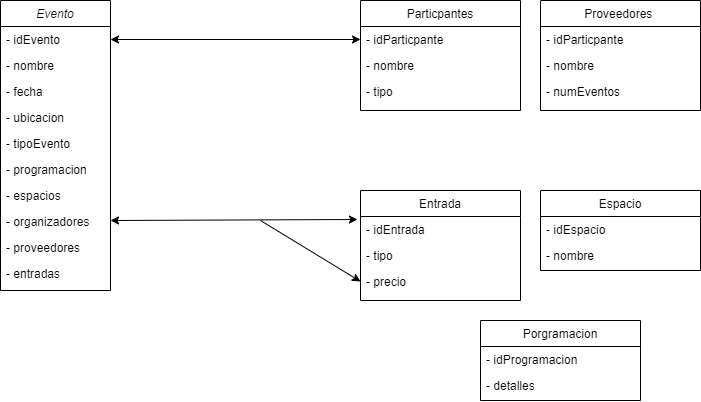
Above: lib/Diagrama sin título.drawio.png in Xrivera27/Fronted (draw.io), before the change. Source tidied: cells renumbered, new cells last; positions are measured from the earlier drawing's top-left corner, leaving out a move shared by most shapes.
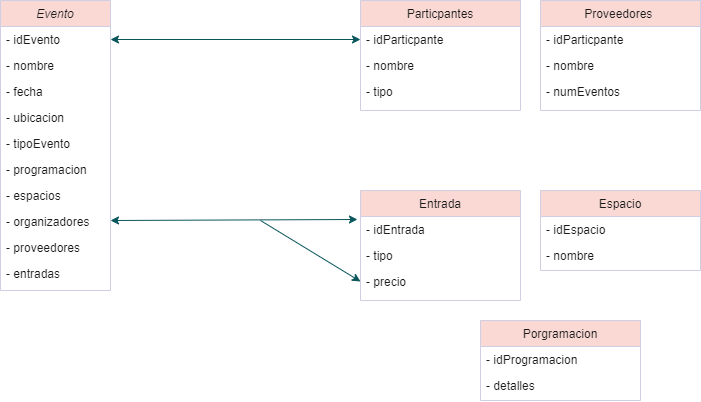
After the change.

Diff of the diagram source:
```diff
@@ -2,102 +2,102 @@
   <root>
     <mxCell id="0" />
     <mxCell id="1" parent="0" />
-    <mxCell id="2" value="Evento" style="swimlane;fontStyle=2;align=center;verticalAlign=top;horizontal=1;startSize=26;rounded=0;shadow=0;strokeWidth=1;labelBackgroundColor=none;" parent="1" vertex="1">
+    <mxCell id="2" value="Evento" style="swimlane;fontStyle=2;align=center;verticalAlign=top;horizontal=1;startSize=26;rounded=0;shadow=0;strokeWidth=1;labelBackgroundColor=none;fillColor=#FAD9D5;strokeColor=#D0CEE2;fontColor=#1A1A1A;" parent="1" vertex="1">
       <mxGeometry width="110" height="290" as="geometry" />
     </mxCell>
-    <mxCell id="3" value="- idEvento" style="text;align=left;verticalAlign=top;spacingLeft=4;spacingRight=4;overflow=hidden;points=[[0,0.5],[1,0.5]];portConstraint=eastwest;labelBackgroundColor=none;" parent="2" vertex="1">
+    <mxCell id="3" value="- idEvento" style="text;align=left;verticalAlign=top;spacingLeft=4;spacingRight=4;overflow=hidden;points=[[0,0.5],[1,0.5]];portConstraint=eastwest;labelBackgroundColor=none;fontColor=#1A1A1A;" parent="2" vertex="1">
       <mxGeometry y="26" width="110" height="26" as="geometry" />
     </mxCell>
-    <mxCell id="4" value="- nombre&#10;" style="text;align=left;verticalAlign=top;spacingLeft=4;spacingRight=4;overflow=hidden;rounded=0;shadow=0;html=0;labelBackgroundColor=none;" parent="2" vertex="1">
+    <mxCell id="4" value="- nombre&#10;" style="text;align=left;verticalAlign=top;spacingLeft=4;spacingRight=4;overflow=hidden;rounded=0;shadow=0;html=0;labelBackgroundColor=none;fontColor=#1A1A1A;" parent="2" vertex="1">
       <mxGeometry y="52" width="110" height="26" as="geometry" />
     </mxCell>
-    <mxCell id="5" value="- fecha" style="text;align=left;verticalAlign=top;spacingLeft=4;spacingRight=4;overflow=hidden;rounded=0;shadow=0;html=0;labelBackgroundColor=none;" parent="2" vertex="1">
+    <mxCell id="5" value="- fecha" style="text;align=left;verticalAlign=top;spacingLeft=4;spacingRight=4;overflow=hidden;rounded=0;shadow=0;html=0;labelBackgroundColor=none;fontColor=#1A1A1A;" parent="2" vertex="1">
       <mxGeometry y="78" width="110" height="26" as="geometry" />
     </mxCell>
-    <mxCell id="6" value="- ubicacion" style="text;align=left;verticalAlign=top;spacingLeft=4;spacingRight=4;overflow=hidden;rounded=0;shadow=0;html=0;labelBackgroundColor=none;" parent="2" vertex="1">
+    <mxCell id="6" value="- ubicacion" style="text;align=left;verticalAlign=top;spacingLeft=4;spacingRight=4;overflow=hidden;rounded=0;shadow=0;html=0;labelBackgroundColor=none;fontColor=#1A1A1A;" parent="2" vertex="1">
       <mxGeometry y="104" width="110" height="26" as="geometry" />
     </mxCell>
-    <mxCell id="7" value="- tipoEvento" style="text;align=left;verticalAlign=top;spacingLeft=4;spacingRight=4;overflow=hidden;rounded=0;shadow=0;html=0;labelBackgroundColor=none;" parent="2" vertex="1">
+    <mxCell id="7" value="- tipoEvento" style="text;align=left;verticalAlign=top;spacingLeft=4;spacingRight=4;overflow=hidden;rounded=0;shadow=0;html=0;labelBackgroundColor=none;fontColor=#1A1A1A;" parent="2" vertex="1">
       <mxGeometry y="130" width="110" height="26" as="geometry" />
     </mxCell>
-    <mxCell id="8" value="- programacion" style="text;align=left;verticalAlign=top;spacingLeft=4;spacingRight=4;overflow=hidden;rounded=0;shadow=0;html=0;labelBackgroundColor=none;" parent="2" vertex="1">
+    <mxCell id="8" value="- programacion" style="text;align=left;verticalAlign=top;spacingLeft=4;spacingRight=4;overflow=hidden;rounded=0;shadow=0;html=0;labelBackgroundColor=none;fontColor=#1A1A1A;" parent="2" vertex="1">
       <mxGeometry y="156" width="110" height="26" as="geometry" />
     </mxCell>
-    <mxCell id="9" value="- espacios" style="text;align=left;verticalAlign=top;spacingLeft=4;spacingRight=4;overflow=hidden;rounded=0;shadow=0;html=0;labelBackgroundColor=none;" parent="2" vertex="1">
+    <mxCell id="9" value="- espacios" style="text;align=left;verticalAlign=top;spacingLeft=4;spacingRight=4;overflow=hidden;rounded=0;shadow=0;html=0;labelBackgroundColor=none;fontColor=#1A1A1A;" parent="2" vertex="1">
       <mxGeometry y="182" width="110" height="26" as="geometry" />
     </mxCell>
-    <mxCell id="10" value="- organizadores" style="text;align=left;verticalAlign=top;spacingLeft=4;spacingRight=4;overflow=hidden;rounded=0;shadow=0;html=0;labelBackgroundColor=none;" parent="2" vertex="1">
+    <mxCell id="10" value="- organizadores" style="text;align=left;verticalAlign=top;spacingLeft=4;spacingRight=4;overflow=hidden;rounded=0;shadow=0;html=0;labelBackgroundColor=none;fontColor=#1A1A1A;" parent="2" vertex="1">
       <mxGeometry y="208" width="110" height="26" as="geometry" />
     </mxCell>
-    <mxCell id="11" value="- proveedores" style="text;align=left;verticalAlign=top;spacingLeft=4;spacingRight=4;overflow=hidden;rounded=0;shadow=0;html=0;labelBackgroundColor=none;" parent="2" vertex="1">
+    <mxCell id="11" value="- proveedores" style="text;align=left;verticalAlign=top;spacingLeft=4;spacingRight=4;overflow=hidden;rounded=0;shadow=0;html=0;labelBackgroundColor=none;fontColor=#1A1A1A;" parent="2" vertex="1">
       <mxGeometry y="234" width="110" height="26" as="geometry" />
     </mxCell>
-    <mxCell id="12" value="- entradas" style="text;align=left;verticalAlign=top;spacingLeft=4;spacingRight=4;overflow=hidden;rounded=0;shadow=0;html=0;labelBackgroundColor=none;" parent="2" vertex="1">
+    <mxCell id="12" value="- entradas" style="text;align=left;verticalAlign=top;spacingLeft=4;spacingRight=4;overflow=hidden;rounded=0;shadow=0;html=0;labelBackgroundColor=none;fontColor=#1A1A1A;" parent="2" vertex="1">
       <mxGeometry y="260" width="110" height="26" as="geometry" />
     </mxCell>
-    <mxCell id="13" value="Particpantes" style="swimlane;fontStyle=0;align=center;verticalAlign=top;horizontal=1;startSize=26;rounded=0;shadow=0;strokeWidth=1;labelBackgroundColor=none;" parent="1" vertex="1">
+    <mxCell id="13" value="Particpantes" style="swimlane;fontStyle=0;align=center;verticalAlign=top;horizontal=1;startSize=26;rounded=0;shadow=0;strokeWidth=1;labelBackgroundColor=none;fillColor=#FAD9D5;strokeColor=#D0CEE2;fontColor=#1A1A1A;" parent="1" vertex="1">
       <mxGeometry x="360" width="160" height="110" as="geometry" />
     </mxCell>
-    <mxCell id="14" value="- idParticpante" style="text;align=left;verticalAlign=top;spacingLeft=4;spacingRight=4;overflow=hidden;points=[[0,0.5],[1,0.5]];portConstraint=eastwest;labelBackgroundColor=none;" parent="13" vertex="1">
+    <mxCell id="14" value="- idParticpante" style="text;align=left;verticalAlign=top;spacingLeft=4;spacingRight=4;overflow=hidden;points=[[0,0.5],[1,0.5]];portConstraint=eastwest;labelBackgroundColor=none;fontColor=#1A1A1A;" parent="13" vertex="1">
       <mxGeometry y="26" width="160" height="26" as="geometry" />
     </mxCell>
-    <mxCell id="15" value="- nombre" style="text;align=left;verticalAlign=top;spacingLeft=4;spacingRight=4;overflow=hidden;rounded=0;shadow=0;html=0;labelBackgroundColor=none;" parent="13" vertex="1">
+    <mxCell id="15" value="- nombre" style="text;align=left;verticalAlign=top;spacingLeft=4;spacingRight=4;overflow=hidden;rounded=0;shadow=0;html=0;labelBackgroundColor=none;fontColor=#1A1A1A;" parent="13" vertex="1">
       <mxGeometry y="52" width="160" height="26" as="geometry" />
     </mxCell>
-    <mxCell id="16" value="- tipo" style="text;align=left;verticalAlign=top;spacingLeft=4;spacingRight=4;overflow=hidden;rounded=0;shadow=0;html=0;labelBackgroundColor=none;" parent="13" vertex="1">
+    <mxCell id="16" value="- tipo" style="text;align=left;verticalAlign=top;spacingLeft=4;spacingRight=4;overflow=hidden;rounded=0;shadow=0;html=0;labelBackgroundColor=none;fontColor=#1A1A1A;" parent="13" vertex="1">
       <mxGeometry y="78" width="160" height="26" as="geometry" />
     </mxCell>
-    <mxCell id="17" value="Proveedores " style="swimlane;fontStyle=0;align=center;verticalAlign=top;horizontal=1;startSize=26;rounded=0;shadow=0;strokeWidth=1;labelBackgroundColor=none;" parent="1" vertex="1">
+    <mxCell id="17" value="Proveedores " style="swimlane;fontStyle=0;align=center;verticalAlign=top;horizontal=1;startSize=26;rounded=0;shadow=0;strokeWidth=1;labelBackgroundColor=none;fillColor=#FAD9D5;strokeColor=#D0CEE2;fontColor=#1A1A1A;" parent="1" vertex="1">
       <mxGeometry x="540" width="160" height="110" as="geometry" />
     </mxCell>
-    <mxCell id="18" value="- idParticpante" style="text;align=left;verticalAlign=top;spacingLeft=4;spacingRight=4;overflow=hidden;labelBackgroundColor=none;" parent="17" vertex="1">
+    <mxCell id="18" value="- idParticpante" style="text;align=left;verticalAlign=top;spacingLeft=4;spacingRight=4;overflow=hidden;labelBackgroundColor=none;fontColor=#1A1A1A;" parent="17" vertex="1">
       <mxGeometry y="26" width="160" height="26" as="geometry" />
     </mxCell>
-    <mxCell id="19" value="- nombre" style="text;align=left;verticalAlign=top;spacingLeft=4;spacingRight=4;overflow=hidden;rounded=0;shadow=0;html=0;labelBackgroundColor=none;" parent="17" vertex="1">
+    <mxCell id="19" value="- nombre" style="text;align=left;verticalAlign=top;spacingLeft=4;spacingRight=4;overflow=hidden;rounded=0;shadow=0;html=0;labelBackgroundColor=none;fontColor=#1A1A1A;" parent="17" vertex="1">
       <mxGeometry y="52" width="160" height="26" as="geometry" />
     </mxCell>
-    <mxCell id="20" value="- numEventos" style="text;align=left;verticalAlign=top;spacingLeft=4;spacingRight=4;overflow=hidden;rounded=0;shadow=0;html=0;labelBackgroundColor=none;" parent="17" vertex="1">
+    <mxCell id="20" value="- numEventos" style="text;align=left;verticalAlign=top;spacingLeft=4;spacingRight=4;overflow=hidden;rounded=0;shadow=0;html=0;labelBackgroundColor=none;fontColor=#1A1A1A;" parent="17" vertex="1">
       <mxGeometry y="78" width="160" height="26" as="geometry" />
     </mxCell>
-    <mxCell id="21" value="Entrada" style="swimlane;fontStyle=0;align=center;verticalAlign=top;horizontal=1;startSize=26;rounded=0;shadow=0;strokeWidth=1;labelBackgroundColor=none;" parent="1" vertex="1">
+    <mxCell id="21" value="Entrada" style="swimlane;fontStyle=0;align=center;verticalAlign=top;horizontal=1;startSize=26;rounded=0;shadow=0;strokeWidth=1;labelBackgroundColor=none;fillColor=#FAD9D5;strokeColor=#D0CEE2;fontColor=#1A1A1A;" parent="1" vertex="1">
       <mxGeometry x="360" y="190" width="160" height="110" as="geometry" />
     </mxCell>
-    <mxCell id="22" value="- idEntrada" style="text;align=left;verticalAlign=top;spacingLeft=4;spacingRight=4;overflow=hidden;points=[[0,0.5],[1,0.5]];portConstraint=eastwest;labelBackgroundColor=none;" parent="21" vertex="1">
+    <mxCell id="22" value="- idEntrada" style="text;align=left;verticalAlign=top;spacingLeft=4;spacingRight=4;overflow=hidden;points=[[0,0.5],[1,0.5]];portConstraint=eastwest;labelBackgroundColor=none;fontColor=#1A1A1A;" parent="21" vertex="1">
       <mxGeometry y="26" width="160" height="26" as="geometry" />
     </mxCell>
-    <mxCell id="23" value="- tipo" style="text;align=left;verticalAlign=top;spacingLeft=4;spacingRight=4;overflow=hidden;rounded=0;shadow=0;html=0;labelBackgroundColor=none;" parent="21" vertex="1">
+    <mxCell id="23" value="- tipo" style="text;align=left;verticalAlign=top;spacingLeft=4;spacingRight=4;overflow=hidden;rounded=0;shadow=0;html=0;labelBackgroundColor=none;fontColor=#1A1A1A;" parent="21" vertex="1">
       <mxGeometry y="52" width="160" height="26" as="geometry" />
     </mxCell>
-    <mxCell id="24" value="- precio" style="text;align=left;verticalAlign=top;spacingLeft=4;spacingRight=4;overflow=hidden;points=[[0,0.5],[1,0.5]];portConstraint=eastwest;rounded=0;shadow=0;html=0;labelBackgroundColor=none;" parent="21" vertex="1">
+    <mxCell id="24" value="- precio" style="text;align=left;verticalAlign=top;spacingLeft=4;spacingRight=4;overflow=hidden;points=[[0,0.5],[1,0.5]];portConstraint=eastwest;rounded=0;shadow=0;html=0;labelBackgroundColor=none;fontColor=#1A1A1A;" parent="21" vertex="1">
       <mxGeometry y="78" width="160" height="26" as="geometry" />
     </mxCell>
-    <mxCell id="25" value="Espacio" style="swimlane;fontStyle=0;align=center;verticalAlign=top;horizontal=1;startSize=26;rounded=0;shadow=0;strokeWidth=1;labelBackgroundColor=none;" parent="1" vertex="1">
+    <mxCell id="25" value="Espacio" style="swimlane;fontStyle=0;align=center;verticalAlign=top;horizontal=1;startSize=26;rounded=0;shadow=0;strokeWidth=1;labelBackgroundColor=none;fillColor=#FAD9D5;strokeColor=#D0CEE2;fontColor=#1A1A1A;" parent="1" vertex="1">
       <mxGeometry x="540" y="190" width="160" height="80" as="geometry" />
     </mxCell>
-    <mxCell id="26" value="- idEspacio" style="text;align=left;verticalAlign=top;spacingLeft=4;spacingRight=4;overflow=hidden;labelBackgroundColor=none;" parent="25" vertex="1">
+    <mxCell id="26" value="- idEspacio" style="text;align=left;verticalAlign=top;spacingLeft=4;spacingRight=4;overflow=hidden;labelBackgroundColor=none;fontColor=#1A1A1A;" parent="25" vertex="1">
       <mxGeometry y="26" width="160" height="26" as="geometry" />
     </mxCell>
-    <mxCell id="27" value="- nombre" style="text;align=left;verticalAlign=top;spacingLeft=4;spacingRight=4;overflow=hidden;rounded=0;shadow=0;html=0;labelBackgroundColor=none;" parent="25" vertex="1">
+    <mxCell id="27" value="- nombre" style="text;align=left;verticalAlign=top;spacingLeft=4;spacingRight=4;overflow=hidden;rounded=0;shadow=0;html=0;labelBackgroundColor=none;fontColor=#1A1A1A;" parent="25" vertex="1">
       <mxGeometry y="52" width="160" height="26" as="geometry" />
     </mxCell>
-    <mxCell id="28" value="Porgramacion" style="swimlane;fontStyle=0;align=center;verticalAlign=top;horizontal=1;startSize=26;rounded=0;shadow=0;strokeWidth=1;labelBackgroundColor=none;" parent="1" vertex="1">
+    <mxCell id="28" value="Porgramacion" style="swimlane;fontStyle=0;align=center;verticalAlign=top;horizontal=1;startSize=26;rounded=0;shadow=0;strokeWidth=1;labelBackgroundColor=none;fillColor=#FAD9D5;strokeColor=#D0CEE2;fontColor=#1A1A1A;" parent="1" vertex="1">
       <mxGeometry x="480" y="320" width="160" height="80" as="geometry" />
     </mxCell>
-    <mxCell id="29" value="- idProgramacion" style="text;align=left;verticalAlign=top;spacingLeft=4;spacingRight=4;overflow=hidden;labelBackgroundColor=none;" parent="28" vertex="1">
+    <mxCell id="29" value="- idProgramacion" style="text;align=left;verticalAlign=top;spacingLeft=4;spacingRight=4;overflow=hidden;labelBackgroundColor=none;fontColor=#1A1A1A;" parent="28" vertex="1">
       <mxGeometry y="26" width="160" height="26" as="geometry" />
     </mxCell>
-    <mxCell id="30" value="- detalles" style="text;align=left;verticalAlign=top;spacingLeft=4;spacingRight=4;overflow=hidden;rounded=0;shadow=0;html=0;labelBackgroundColor=none;" parent="28" vertex="1">
+    <mxCell id="30" value="- detalles" style="text;align=left;verticalAlign=top;spacingLeft=4;spacingRight=4;overflow=hidden;rounded=0;shadow=0;html=0;labelBackgroundColor=none;fontColor=#1A1A1A;" parent="28" vertex="1">
       <mxGeometry y="52" width="160" height="26" as="geometry" />
     </mxCell>
-    <mxCell id="31" style="endArrow=classic;startArrow=classic;html=1;rounded=0;entryX=0;entryY=0.5;entryDx=0;entryDy=0;exitX=1;exitY=0.5;exitDx=0;exitDy=0;labelBackgroundColor=none;fontColor=default;" parent="1" edge="1" source="3" target="14">
+    <mxCell id="31" style="endArrow=classic;startArrow=classic;html=1;rounded=0;entryX=0;entryY=0.5;entryDx=0;entryDy=0;exitX=1;exitY=0.5;exitDx=0;exitDy=0;labelBackgroundColor=none;fontColor=default;strokeColor=#09555B;" parent="1" edge="1" source="3" target="14">
       <mxGeometry relative="1" as="geometry" />
     </mxCell>
-    <mxCell id="32" style="endArrow=classic;startArrow=classic;html=1;rounded=0;entryX=-0.019;entryY=0.115;entryDx=0;entryDy=0;entryPerimeter=0;labelBackgroundColor=none;fontColor=default;" parent="1" edge="1" target="22">
+    <mxCell id="32" style="endArrow=classic;startArrow=classic;html=1;rounded=0;entryX=-0.019;entryY=0.115;entryDx=0;entryDy=0;entryPerimeter=0;labelBackgroundColor=none;fontColor=default;strokeColor=#09555B;" parent="1" edge="1" target="22">
       <mxGeometry relative="1" as="geometry">
         <mxPoint x="110" y="220" as="sourcePoint" />
       </mxGeometry>
     </mxCell>
-    <mxCell id="33" style="endArrow=classic;html=1;rounded=0;entryX=0;entryY=0.5;entryDx=0;entryDy=0;labelBackgroundColor=none;fontColor=default;" parent="1" edge="1" target="24">
+    <mxCell id="33" style="endArrow=classic;html=1;rounded=0;entryX=0;entryY=0.5;entryDx=0;entryDy=0;labelBackgroundColor=none;fontColor=default;strokeColor=#09555B;" parent="1" edge="1" target="24">
       <mxGeometry relative="1" as="geometry">
         <mxPoint x="260" y="220" as="sourcePoint" />
       </mxGeometry>
```
